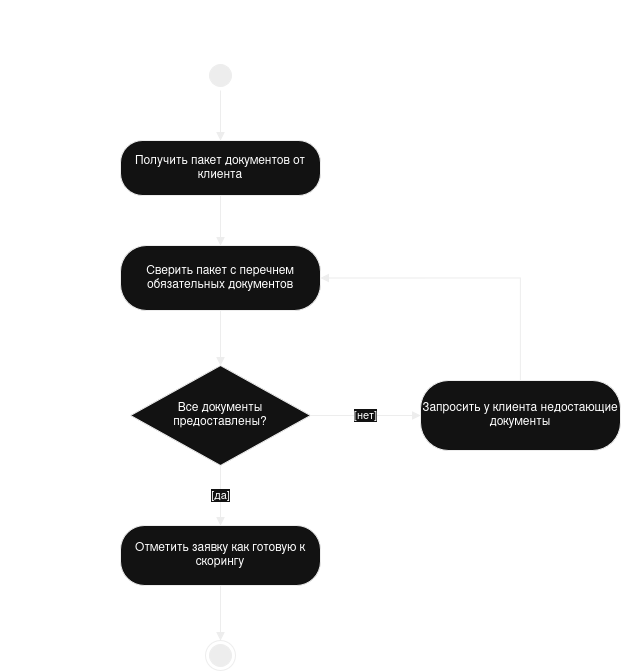
Before: lab1/diagrams/activity-uml.png, a diagram exported from draw.io (Andrey99-art/visual-programming-labs-Konnov). Source tidied: cells renumbered, new cells last; positions are measured from the earlier drawing's top-left corner, leaving out a move shared by most shapes. The source it was exported from:
```xml
<mxGraphModel>
  <root>
    <mxCell id="0" />
    <mxCell id="1" parent="0" />
    <mxCell id="2" value="UML Activity Diagram: проверка комплектности документов по заявке" style="text;html=1;align=center;verticalAlign=middle;fontSize=14;fontStyle=1;" parent="1" vertex="1">
      <mxGeometry width="560" height="30" as="geometry" />
    </mxCell>
    <mxCell id="3" style="ellipse;html=1;shape=startState;fillColor=#000000;strokeColor=#000000;" parent="1" vertex="1">
      <mxGeometry x="205" y="60" width="30" height="30" as="geometry" />
    </mxCell>
    <mxCell id="4" value="Получить пакет документов от клиента" style="rounded=1;whiteSpace=wrap;html=1;arcSize=40;fillColor=#ffffff;strokeColor=#000000;" parent="1" vertex="1">
      <mxGeometry x="120" y="140" width="200" height="55" as="geometry" />
    </mxCell>
    <mxCell id="5" value="Сверить пакет с перечнем обязательных документов" style="rounded=1;whiteSpace=wrap;html=1;arcSize=40;fillColor=#ffffff;strokeColor=#000000;" parent="1" vertex="1">
      <mxGeometry x="120" y="245" width="200" height="65" as="geometry" />
    </mxCell>
    <mxCell id="6" value="Все документы предоставлены?" style="rhombus;whiteSpace=wrap;html=1;fillColor=#ffffff;strokeColor=#000000;" parent="1" vertex="1">
      <mxGeometry x="130" y="365" width="180" height="100" as="geometry" />
    </mxCell>
    <mxCell id="7" value="Запросить у клиента недостающие документы" style="rounded=1;whiteSpace=wrap;html=1;arcSize=40;fillColor=#ffffff;strokeColor=#000000;" parent="1" vertex="1">
      <mxGeometry x="420" y="380" width="200" height="70" as="geometry" />
    </mxCell>
    <mxCell id="8" value="Отметить заявку как готовую к скорингу" style="rounded=1;whiteSpace=wrap;html=1;arcSize=40;fillColor=#ffffff;strokeColor=#000000;" parent="1" vertex="1">
      <mxGeometry x="120" y="525" width="200" height="60" as="geometry" />
    </mxCell>
    <mxCell id="9" style="ellipse;html=1;shape=endState;fillColor=#000000;strokeColor=#000000;" parent="1" vertex="1">
      <mxGeometry x="205" y="640" width="30" height="30" as="geometry" />
    </mxCell>
    <mxCell id="10" style="edgeStyle=orthogonalEdgeStyle;html=1;rounded=0;endArrow=block;endFill=1;strokeColor=#000000;" parent="1" edge="1" source="3" target="4">
      <mxGeometry relative="1" as="geometry" />
    </mxCell>
    <mxCell id="11" style="edgeStyle=orthogonalEdgeStyle;html=1;rounded=0;endArrow=block;endFill=1;strokeColor=#000000;" parent="1" edge="1" source="4" target="5">
      <mxGeometry relative="1" as="geometry" />
    </mxCell>
    <mxCell id="12" style="edgeStyle=orthogonalEdgeStyle;html=1;rounded=0;endArrow=block;endFill=1;strokeColor=#000000;" parent="1" edge="1" source="5" target="6">
      <mxGeometry relative="1" as="geometry" />
    </mxCell>
    <mxCell id="13" value="[нет]" style="edgeStyle=orthogonalEdgeStyle;html=1;rounded=0;endArrow=block;endFill=1;strokeColor=#000000;" parent="1" edge="1" source="6" target="7">
      <mxGeometry relative="1" as="geometry" />
    </mxCell>
    <mxCell id="14" style="edgeStyle=orthogonalEdgeStyle;html=1;rounded=0;endArrow=block;endFill=1;strokeColor=#000000;exitX=0.5;exitY=0;exitDx=0;exitDy=0;entryX=1;entryY=0.5;entryDx=0;entryDy=0;" parent="1" edge="1" source="7" target="5">
      <mxGeometry relative="1" as="geometry">
        <Array as="points">
          <mxPoint x="520" y="278" />
        </Array>
      </mxGeometry>
    </mxCell>
    <mxCell id="15" value="[да]" style="edgeStyle=orthogonalEdgeStyle;html=1;rounded=0;endArrow=block;endFill=1;strokeColor=#000000;" parent="1" edge="1" source="6" target="8">
      <mxGeometry relative="1" as="geometry" />
    </mxCell>
    <mxCell id="16" style="edgeStyle=orthogonalEdgeStyle;html=1;rounded=0;endArrow=block;endFill=1;strokeColor=#000000;" parent="1" edge="1" source="8" target="9">
      <mxGeometry relative="1" as="geometry" />
    </mxCell>
  </root>
</mxGraphModel>
```
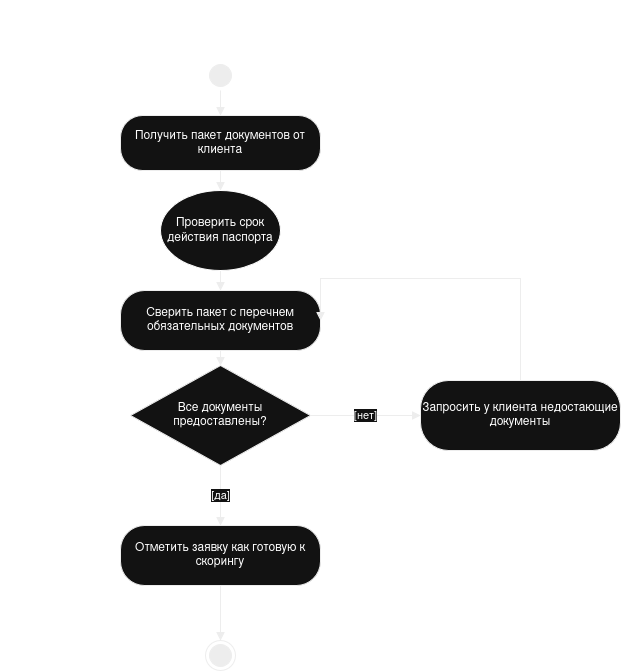
Above is the later version.

Commit message:
Update diagrams: add validation steps to Activity, Sequence and Flowchart

Diff of the diagram source:
```diff
@@ -9,10 +9,10 @@
       <mxGeometry x="205" y="60" width="30" height="30" as="geometry" />
     </mxCell>
     <mxCell id="4" value="Получить пакет документов от клиента" style="rounded=1;whiteSpace=wrap;html=1;arcSize=40;fillColor=#ffffff;strokeColor=#000000;" parent="1" vertex="1">
-      <mxGeometry x="120" y="140" width="200" height="55" as="geometry" />
+      <mxGeometry x="120" y="115" width="200" height="55" as="geometry" />
     </mxCell>
     <mxCell id="5" value="Сверить пакет с перечнем обязательных документов" style="rounded=1;whiteSpace=wrap;html=1;arcSize=40;fillColor=#ffffff;strokeColor=#000000;" parent="1" vertex="1">
-      <mxGeometry x="120" y="245" width="200" height="65" as="geometry" />
+      <mxGeometry x="120" y="290" width="200" height="60" as="geometry" />
     </mxCell>
     <mxCell id="6" value="Все документы предоставлены?" style="rhombus;whiteSpace=wrap;html=1;fillColor=#ffffff;strokeColor=#000000;" parent="1" vertex="1">
       <mxGeometry x="130" y="365" width="180" height="100" as="geometry" />
@@ -29,7 +29,7 @@
     <mxCell id="10" style="edgeStyle=orthogonalEdgeStyle;html=1;rounded=0;endArrow=block;endFill=1;strokeColor=#000000;" parent="1" edge="1" source="3" target="4">
       <mxGeometry relative="1" as="geometry" />
     </mxCell>
-    <mxCell id="11" style="edgeStyle=orthogonalEdgeStyle;html=1;rounded=0;endArrow=block;endFill=1;strokeColor=#000000;" parent="1" edge="1" source="4" target="5">
+    <mxCell id="11" style="edgeStyle=orthogonalEdgeStyle;html=1;rounded=0;endArrow=block;endFill=1;strokeColor=#000000;" parent="1" edge="1" source="18" target="5">
       <mxGeometry relative="1" as="geometry" />
     </mxCell>
     <mxCell id="12" style="edgeStyle=orthogonalEdgeStyle;html=1;rounded=0;endArrow=block;endFill=1;strokeColor=#000000;" parent="1" edge="1" source="5" target="6">
@@ -51,5 +51,11 @@
     <mxCell id="16" style="edgeStyle=orthogonalEdgeStyle;html=1;rounded=0;endArrow=block;endFill=1;strokeColor=#000000;" parent="1" edge="1" source="8" target="9">
       <mxGeometry relative="1" as="geometry" />
     </mxCell>
+    <mxCell id="17" style="edgeStyle=orthogonalEdgeStyle;html=1;rounded=0;endArrow=block;endFill=1;strokeColor=#000000;" parent="1" edge="1" source="4" target="18">
+      <mxGeometry relative="1" as="geometry" />
+    </mxCell>
+    <mxCell id="18" value="Проверить срок действия паспорта" style="ellipse;whiteSpace=wrap;html=1;shapeInside=1;" parent="1" vertex="1">
+      <mxGeometry x="160" y="190" width="120" height="80" as="geometry" />
+    </mxCell>
   </root>
 </mxGraphModel>
```
